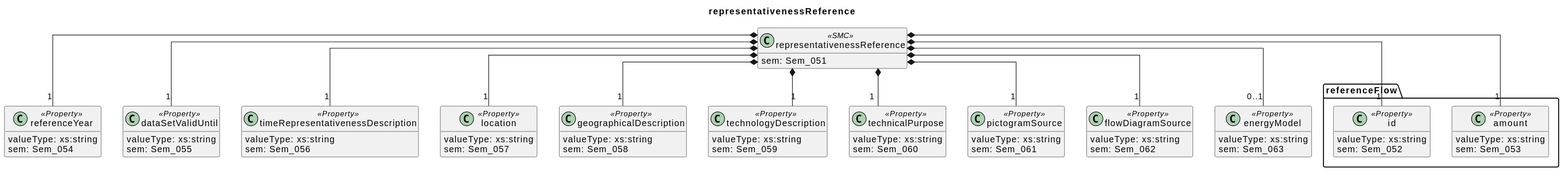
Before: docs/model/sections/representativenessReference.svg, a diagram exported from PlantUML (Leeeks/aas-epd-type-iii-submodel). Its diagram source:
```plantuml
@startuml
title representativenessReference
skinparam classAttributeIconSize 0
skinparam linetype ortho
hide empty members

class representativenessReference <<SMC>> {
  sem: Sem_051
}
class referenceFlow.id <<Property>> {
  valueType: xs:string
  sem: Sem_052
}
class referenceFlow.amount <<Property>> {
  valueType: xs:string
  sem: Sem_053
}
class referenceYear <<Property>> {
  valueType: xs:string
  sem: Sem_054
}
class dataSetValidUntil <<Property>> {
  valueType: xs:string
  sem: Sem_055
}
class timeRepresentativenessDescription <<Property>> {
  valueType: xs:string
  sem: Sem_056
}
class location <<Property>> {
  valueType: xs:string
  sem: Sem_057
}
class geographicalDescription <<Property>> {
  valueType: xs:string
  sem: Sem_058
}
class technologyDescription <<Property>> {
  valueType: xs:string
  sem: Sem_059
}
class technicalPurpose <<Property>> {
  valueType: xs:string
  sem: Sem_060
}
class pictogramSource <<Property>> {
  valueType: xs:string
  sem: Sem_061
}
class flowDiagramSource <<Property>> {
  valueType: xs:string
  sem: Sem_062
}
class energyModel <<Property>> {
  valueType: xs:string
  sem: Sem_063
}

representativenessReference *-- "1" referenceFlow.id
representativenessReference *-- "1" referenceFlow.amount
representativenessReference *-- "1" referenceYear
representativenessReference *-- "1" dataSetValidUntil
representativenessReference *-- "1" timeRepresentativenessDescription
representativenessReference *-- "1" location
representativenessReference *-- "1" geographicalDescription
representativenessReference *-- "1" technologyDescription
representativenessReference *-- "1" technicalPurpose
representativenessReference *-- "1" pictogramSource
representativenessReference *-- "1" flowDiagramSource
representativenessReference *-- "0..1" energyModel
@enduml
```
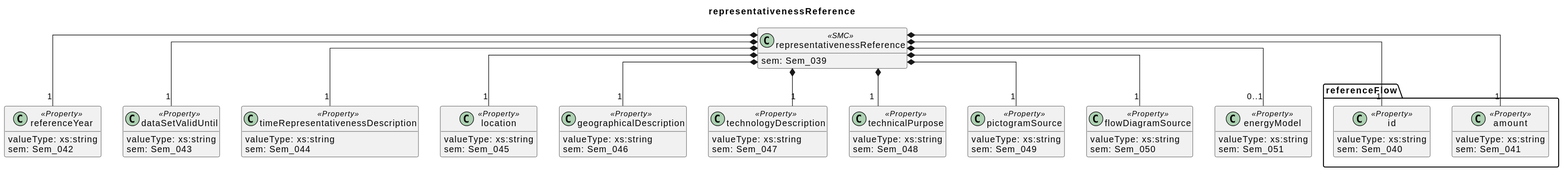
Later version of the same file.

Change to the diagram source:
```diff
@@ -5,55 +5,55 @@
 hide empty members
 
 class representativenessReference <<SMC>> {
-  sem: Sem_051
+  sem: Sem_039
 }
 class referenceFlow.id <<Property>> {
   valueType: xs:string
-  sem: Sem_052
+  sem: Sem_040
 }
 class referenceFlow.amount <<Property>> {
   valueType: xs:string
-  sem: Sem_053
+  sem: Sem_041
 }
 class referenceYear <<Property>> {
   valueType: xs:string
-  sem: Sem_054
+  sem: Sem_042
 }
 class dataSetValidUntil <<Property>> {
   valueType: xs:string
-  sem: Sem_055
+  sem: Sem_043
 }
 class timeRepresentativenessDescription <<Property>> {
   valueType: xs:string
-  sem: Sem_056
+  sem: Sem_044
 }
 class location <<Property>> {
   valueType: xs:string
-  sem: Sem_057
+  sem: Sem_045
 }
 class geographicalDescription <<Property>> {
   valueType: xs:string
-  sem: Sem_058
+  sem: Sem_046
 }
 class technologyDescription <<Property>> {
   valueType: xs:string
-  sem: Sem_059
+  sem: Sem_047
 }
 class technicalPurpose <<Property>> {
   valueType: xs:string
-  sem: Sem_060
+  sem: Sem_048
 }
 class pictogramSource <<Property>> {
   valueType: xs:string
-  sem: Sem_061
+  sem: Sem_049
 }
 class flowDiagramSource <<Property>> {
   valueType: xs:string
-  sem: Sem_062
+  sem: Sem_050
 }
 class energyModel <<Property>> {
   valueType: xs:string
-  sem: Sem_063
+  sem: Sem_051
 }
 
 representativenessReference *-- "1" referenceFlow.id
```
